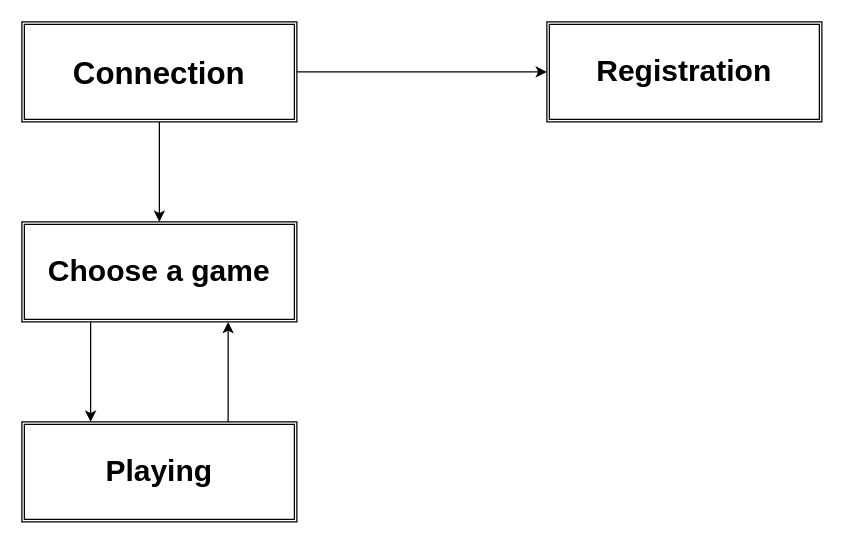
Above: webschemeplayer.drawio in 7evy/JEE_Project (draw.io), before the change. Source tidied: cells renumbered, new cells numbered last; positions are measured from the earlier drawing's top-left corner, leaving out a move shared by most shapes. Both pictures are drawn from the tidied source at 125%, with x=0, y=0 at pixel (21, 21).
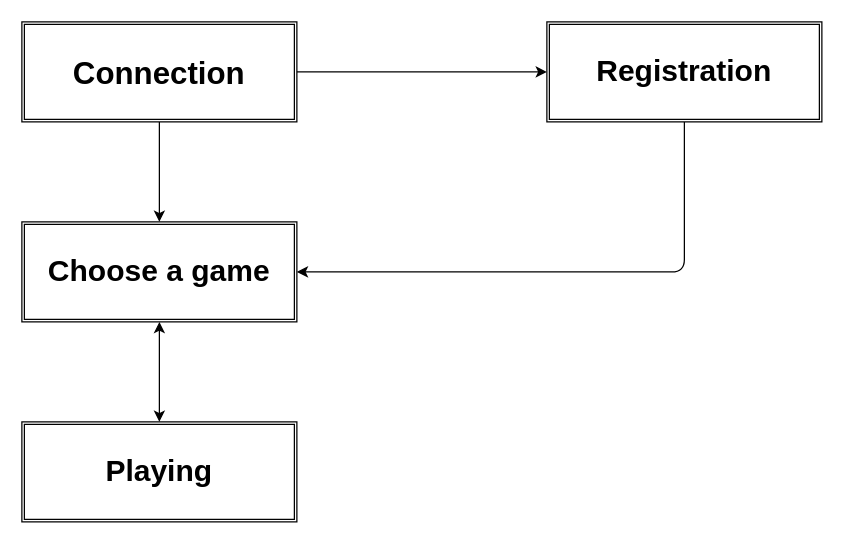
Above is the later version.

What changed in the source:
```diff
@@
 <mxGraphModel>
   <root>
     <mxCell id="0" />
     <mxCell id="1" parent="0" />
     <mxCell id="2" style="edgeStyle=orthogonalEdgeStyle;rounded=0;jettySize=auto;html=1;" parent="1" edge="1" source="4" target="7">
       <mxGeometry relative="1" as="geometry" />
     </mxCell>
     <mxCell id="3" style="edgeStyle=orthogonalEdgeStyle;rounded=0;jettySize=auto;html=1;" parent="1" edge="1" source="4" target="5">
       <mxGeometry relative="1" as="geometry" />
     </mxCell>
     <mxCell id="4" value="&lt;h1 style=&quot;font-size: 25px&quot;&gt;&lt;font style=&quot;font-size: 25px&quot;&gt;C&lt;font style=&quot;font-size: 25px&quot;&gt;onnection&lt;/font&gt;&lt;/font&gt;&lt;/h1&gt;" style="shape=ext;double=1;rounded=0;whiteSpace=wrap;html=1;" parent="1" vertex="1">
       <mxGeometry width="220" height="80" as="geometry" />
     </mxCell>
     <mxCell id="5" value="&lt;h1&gt;Choose a game&lt;/h1&gt;" style="shape=ext;double=1;rounded=0;whiteSpace=wrap;html=1;" parent="1" vertex="1">
       <mxGeometry y="160" width="220" height="80" as="geometry" />
     </mxCell>
     <mxCell id="6" value="&lt;h1&gt;Playing&lt;/h1&gt;" style="shape=ext;double=1;rounded=0;whiteSpace=wrap;html=1;" parent="1" vertex="1">
       <mxGeometry y="320" width="220" height="80" as="geometry" />
     </mxCell>
     <mxCell id="7" value="&lt;h1&gt;Registration&lt;/h1&gt;" style="shape=ext;double=1;rounded=0;whiteSpace=wrap;html=1;" parent="1" vertex="1">
       <mxGeometry x="420" width="220" height="80" as="geometry" />
     </mxCell>
-    <mxCell id="8" style="endArrow=classic;html=1;exitX=0.25;exitY=1;exitDx=0;exitDy=0;entryX=0.25;entryY=0;entryDx=0;entryDy=0;" parent="1" edge="1" source="5" target="6">
+    <mxCell id="8" style="endArrow=classic;startArrow=classic;html=1;exitX=0.5;exitY=1;exitDx=0;exitDy=0;entryX=0.5;entryY=0;entryDx=0;entryDy=0;" parent="1" edge="1" source="5" target="6">
       <mxGeometry relative="1" as="geometry" />
     </mxCell>
-    <mxCell id="9" style="endArrow=classic;html=1;entryX=0.75;entryY=1;entryDx=0;entryDy=0;exitX=0.75;exitY=0;exitDx=0;exitDy=0;" parent="1" edge="1" source="6" target="5">
-      <mxGeometry relative="1" as="geometry" />
-    </mxCell>
+    <mxCell id="10" style="endArrow=classic;html=1;exitX=0.5;exitY=1;exitDx=0;exitDy=0;entryX=1;entryY=0.5;entryDx=0;entryDy=0;" parent="1" edge="1" source="7" target="5">
+      <mxGeometry relative="1" as="geometry">
+        <Array as="points">
+          <mxPoint x="530" y="200" />
+        </Array>
+      </mxGeometry>
+    </mxCell>
   </root>
 </mxGraphModel>
```
